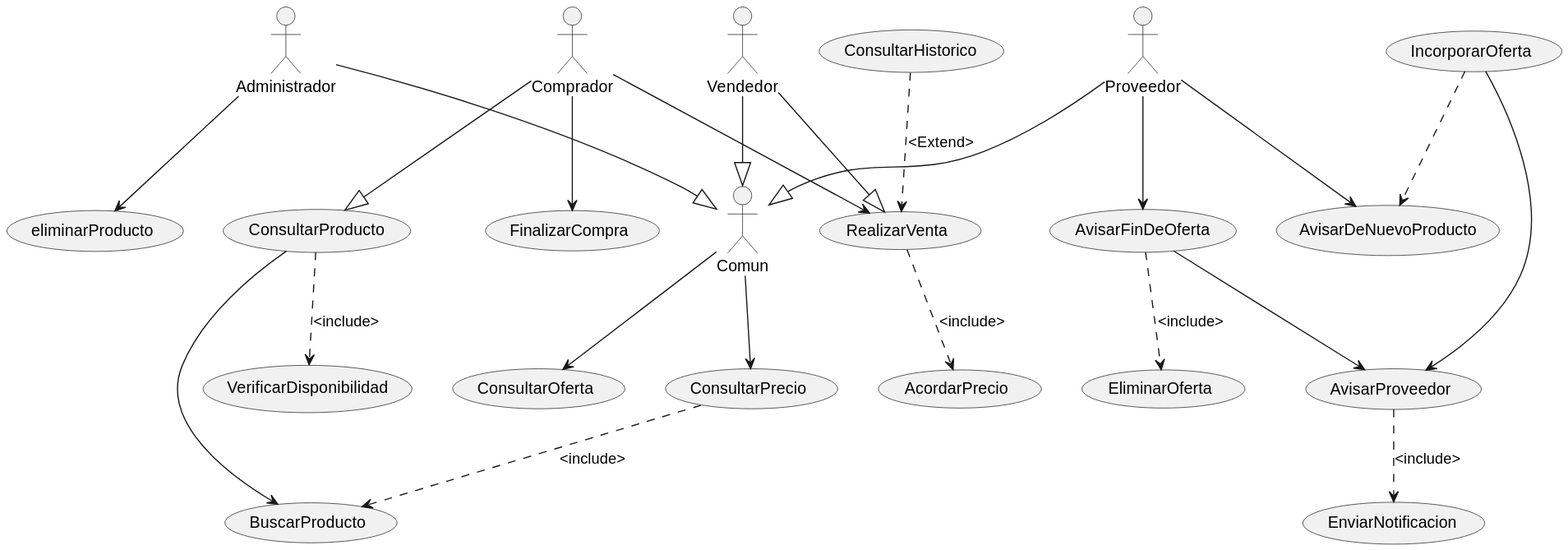
The PlantUML diagram out/lab0/src/SistemaDeCompras/SistemaDeCompras.svg in it557/INRE-UAL-BLANCO-2022, before a commit.
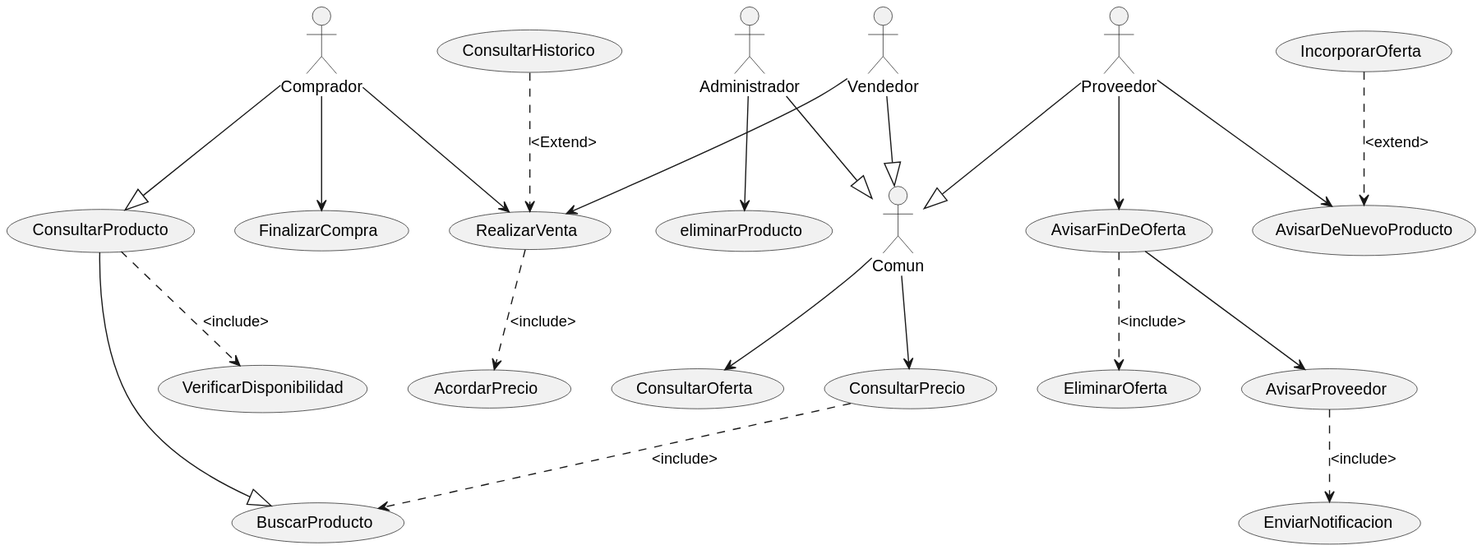
Above is the later version.

Diff of the diagram source:
```diff
@@ -10,19 +10,17 @@
 :Proveedor: --|> Comun
 Proveedor -->(AvisarFinDeOferta)
 Proveedor-->(AvisarDeNuevoProducto)
-(IncorporarOferta)..>(AvisarDeNuevoProducto)
-(IncorporarOferta)-->(AvisarProveedor)
+(IncorporarOferta)..>(AvisarDeNuevoProducto):<extend>
 (AvisarProveedor)..>(EnviarNotificacion):<include>
 (AvisarFinDeOferta)..>(EliminarOferta):<include>
 (AvisarFinDeOferta)-->(AvisarProveedor)
-(ConsultarProducto)-->(BuscarProducto)
+(ConsultarProducto)--|>(BuscarProducto)
 :Comprador: --|> (ConsultarProducto)
 (ConsultarProducto)..>(VerificarDisponibilidad):<include>
 Comprador-->(FinalizarCompra)
 Comprador-->(RealizarVenta)
 (ConsultarHistorico)..>(RealizarVenta):<Extend>
 (RealizarVenta)..>(AcordarPrecio):<include>
-Vendedor--|>(RealizarVenta)
-
+Vendedor-->(RealizarVenta)
 
 @enduml
```
